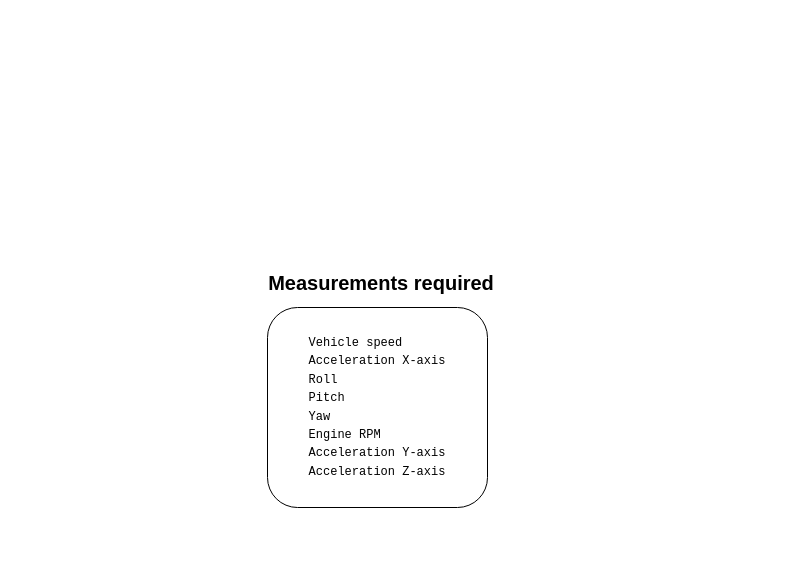
Above: page "VPII" (2 of 3) of GNSS Datalogger Blockdiagram.drawio in torejohansson97/tightly-coupled-gnss-data-logger (draw.io), before the change. Source tidied: cells renumbered, new cells numbered last; positions are measured from the earlier drawing's top-left corner, leaving out a move shared by most shapes. Both pictures are drawn from the tidied source at 100%, with x=0, y=0 at pixel (264, 237).
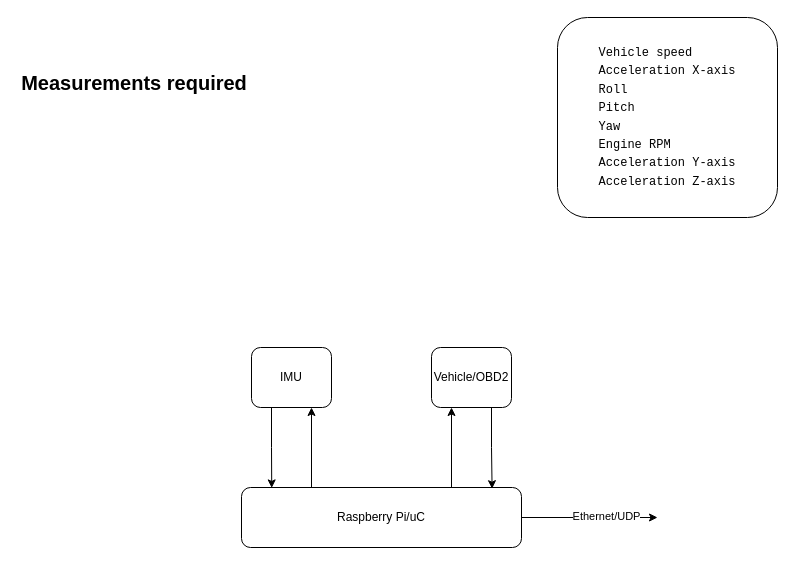
The same diagram, later.

Diff of the diagram source:
```diff
@@
 <mxGraphModel>
   <root>
     <mxCell id="0" />
     <mxCell id="1" parent="0" />
     <mxCell id="2" value="&lt;b&gt;&lt;font style=&quot;font-size: 20px;&quot;&gt;Measurements required&lt;/font&gt;&lt;/b&gt;" style="text;html=1;strokeColor=none;fillColor=none;align=center;verticalAlign=middle;whiteSpace=wrap;rounded=0;" parent="1" vertex="1">
-      <mxGeometry width="234" height="90" as="geometry" />
+      <mxGeometry x="-247" y="-200" width="234" height="90" as="geometry" />
     </mxCell>
     <mxCell id="3" value="&lt;pre style=&quot;font-size: 12px; text-align: start;&quot;&gt;&lt;table&gt;&lt;tbody&gt;&lt;tr&gt;&lt;td&gt;Vehicle speed&lt;/td&gt;&lt;/tr&gt;&lt;tr&gt;&lt;td&gt;Acceleration X-axis&lt;/td&gt;&lt;/tr&gt;&lt;tr&gt;&lt;td&gt;Roll&lt;/td&gt;&lt;/tr&gt;&lt;tr&gt;&lt;td&gt;Pitch&lt;/td&gt;&lt;/tr&gt;&lt;tr&gt;&lt;td&gt;Yaw&lt;/td&gt;&lt;/tr&gt;&lt;tr&gt;&lt;td&gt;Engine RPM&lt;/td&gt;&lt;/tr&gt;&lt;tr&gt;&lt;td&gt;Acceleration Y-axis&lt;/td&gt;&lt;/tr&gt;&lt;tr&gt;&lt;td&gt;Acceleration Z-axis&lt;/td&gt;&lt;/tr&gt;&lt;/tbody&gt;&lt;/table&gt;&lt;/pre&gt;" style="rounded=1;whiteSpace=wrap;html=1;fontSize=20;" parent="1" vertex="1">
-      <mxGeometry x="3" y="70" width="220" height="200" as="geometry" />
+      <mxGeometry x="293" y="-220" width="220" height="200" as="geometry" />
     </mxCell>
+    <mxCell id="4" style="edgeStyle=orthogonalEdgeStyle;rounded=0;jettySize=auto;html=1;exitX=0.75;exitY=1;exitDx=0;exitDy=0;entryX=0.895;entryY=0.02;entryDx=0;entryDy=0;entryPerimeter=0;" parent="1" edge="1" source="5" target="12">
+      <mxGeometry relative="1" as="geometry" />
+    </mxCell>
+    <mxCell id="5" value="Vehicle/OBD2" style="rounded=1;whiteSpace=wrap;html=1;" parent="1" vertex="1">
+      <mxGeometry x="167" y="110" width="80" height="60" as="geometry" />
+    </mxCell>
+    <mxCell id="6" style="edgeStyle=orthogonalEdgeStyle;rounded=0;jettySize=auto;html=1;exitX=0.25;exitY=1;exitDx=0;exitDy=0;entryX=0.108;entryY=0.007;entryDx=0;entryDy=0;entryPerimeter=0;" parent="1" edge="1" source="7" target="12">
+      <mxGeometry relative="1" as="geometry" />
+    </mxCell>
+    <mxCell id="7" value="IMU" style="rounded=1;whiteSpace=wrap;html=1;" parent="1" vertex="1">
+      <mxGeometry x="-13" y="110" width="80" height="60" as="geometry" />
+    </mxCell>
+    <mxCell id="8" style="edgeStyle=orthogonalEdgeStyle;rounded=0;jettySize=auto;html=1;exitX=0.25;exitY=0;exitDx=0;exitDy=0;entryX=0.75;entryY=1;entryDx=0;entryDy=0;" parent="1" edge="1" source="12" target="7">
+      <mxGeometry relative="1" as="geometry" />
+    </mxCell>
+    <mxCell id="9" style="edgeStyle=orthogonalEdgeStyle;rounded=0;jettySize=auto;html=1;exitX=0.75;exitY=0;exitDx=0;exitDy=0;entryX=0.25;entryY=1;entryDx=0;entryDy=0;" parent="1" edge="1" source="12" target="5">
+      <mxGeometry relative="1" as="geometry" />
+    </mxCell>
+    <mxCell id="10" style="edgeStyle=orthogonalEdgeStyle;rounded=0;jettySize=auto;html=1;exitX=1;exitY=0.5;exitDx=0;exitDy=0;" parent="1" edge="1" source="12">
+      <mxGeometry relative="1" as="geometry">
+        <mxPoint x="393" y="280" as="targetPoint" />
+      </mxGeometry>
+    </mxCell>
+    <mxCell id="11" value="Ethernet/UDP" style="edgeLabel;html=1;align=center;verticalAlign=middle;" parent="10" vertex="1">
+      <mxGeometry x="0.25" y="2" relative="1" as="geometry" />
+    </mxCell>
+    <mxCell id="12" value="Raspberry Pi/uC" style="rounded=1;whiteSpace=wrap;html=1;" parent="1" vertex="1">
+      <mxGeometry x="-23" y="250" width="280" height="60" as="geometry" />
+    </mxCell>
   </root>
 </mxGraphModel>
```
